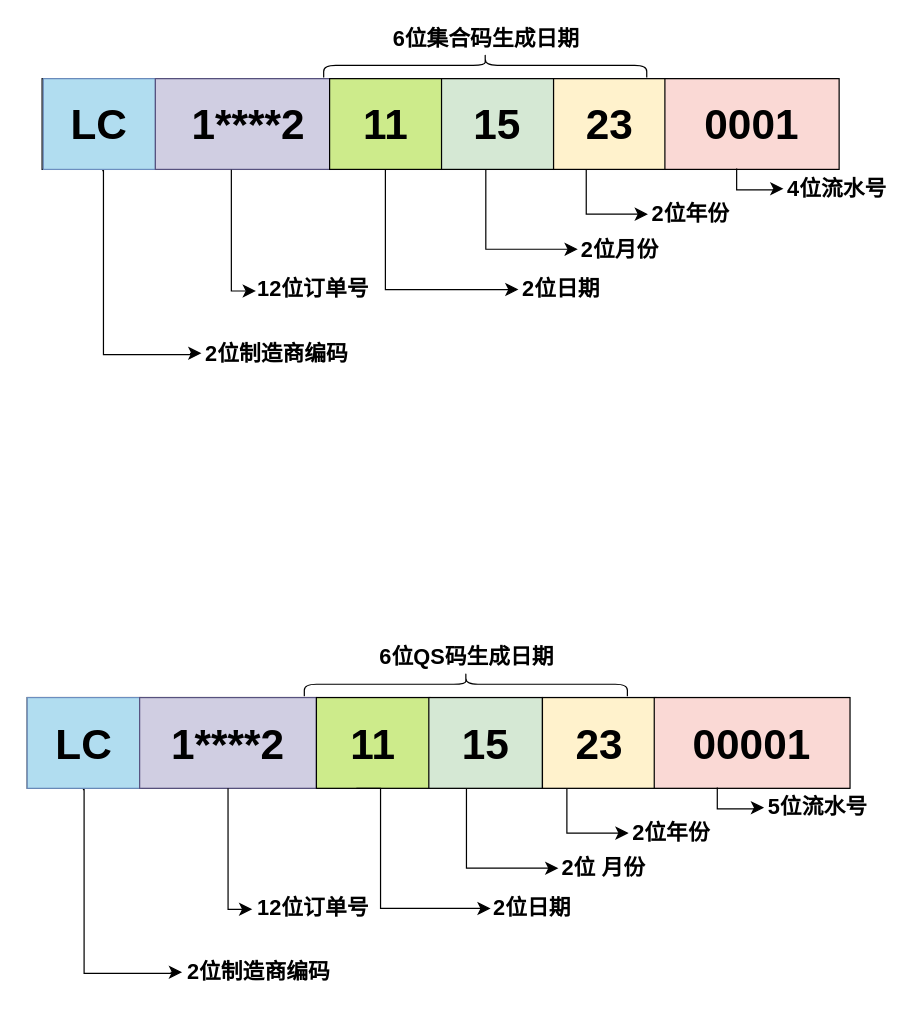
Earlier version of the draw.io diagram QS码.drawio (sjxbg/xmindfile). Source tidied: cells renumbered, new cells numbered last; positions are measured from the earlier drawing's top-left corner, leaving out a move shared by most shapes. Both pictures are drawn from the tidied source at 121%, with x=0, y=0 at pixel (27, -97).
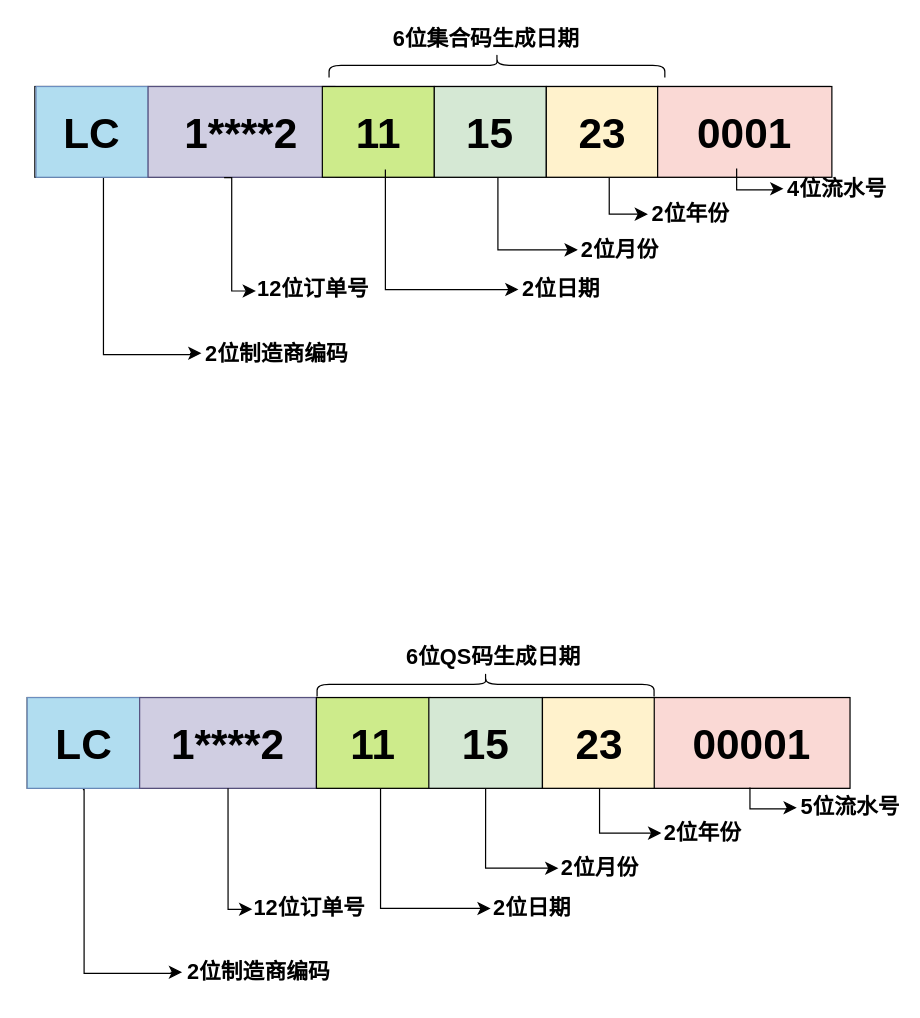
Above is the later version.

The change refers to these unchanged cells:
```xml
<mxCell id="11" value="11" style="rounded=0;whiteSpace=wrap;html=1;fillColor=#cdeb8b;fontStyle=1;fontSize=35;" parent="7" vertex="1">
  <mxGeometry x="239" width="93.9" height="75" as="geometry" />
</mxCell>
<mxCell id="12" value="15" style="rounded=0;whiteSpace=wrap;html=1;fillColor=#d5e8d4;fontStyle=1;fontSize=35;" parent="7" vertex="1">
  <mxGeometry x="331.9" width="93.9" height="75" as="geometry" />
</mxCell>
<mxCell id="19" value="2位日期" style="text;strokeColor=none;fillColor=none;html=1;fontSize=18;fontStyle=1;verticalAlign=middle;align=center;" parent="1" vertex="1">
  <mxGeometry x="383" y="815.3" width="68" height="30" as="geometry" />
</mxCell>
<mxCell id="34" value="15" style="rounded=0;whiteSpace=wrap;html=1;fillColor=#d5e8d4;fontStyle=1;fontSize=35;" parent="29" vertex="1">
  <mxGeometry x="341.4" width="92.6" height="75" as="geometry" />
</mxCell>
<mxCell id="35" value="23" style="rounded=0;whiteSpace=wrap;html=1;fillColor=#fff2cc;fontStyle=1;fontSize=35;" parent="29" vertex="1">
  <mxGeometry x="434" width="92.6" height="75" as="geometry" />
</mxCell>
<mxCell id="37" value="&amp;nbsp;2位月份" style="text;strokeColor=none;fillColor=none;html=1;fontSize=18;fontStyle=1;verticalAlign=middle;align=center;" parent="1" vertex="1">
  <mxGeometry x="455" y="270.5" width="64" height="30" as="geometry" />
</mxCell>
```

What changed in the source:
```diff
@@
     <mxCell id="4" style="edgeStyle=segmentEdgeStyle;endArrow=classic;html=1;curved=0;rounded=0;endSize=8;startSize=8;exitX=0.5;exitY=1;exitDx=0;exitDy=0;" parent="1" edge="1" source="12" target="15">
       <mxGeometry relative="1" as="geometry">
         <Array as="points">
-          <mxPoint x="363" y="797" />
+          <mxPoint x="379" y="797" />
         </Array>
       </mxGeometry>
     </mxCell>
     <mxCell id="5" value="2位年份" style="text;strokeColor=none;fillColor=none;html=1;fontSize=18;fontStyle=1;verticalAlign=middle;align=center;" parent="1" vertex="1">
-      <mxGeometry x="499" y="753" width="66" height="30" as="geometry" />
+      <mxGeometry x="526" y="753" width="63" height="30" as="geometry" />
     </mxCell>
     <mxCell id="6" style="edgeStyle=segmentEdgeStyle;endArrow=classic;html=1;curved=0;rounded=0;endSize=8;startSize=8;" parent="1" edge="1">
       <mxGeometry relative="1" as="geometry">
-        <mxPoint x="446" y="728" as="sourcePoint" />
-        <mxPoint x="497" y="768" as="targetPoint" />
+        <mxPoint x="473" y="728" as="sourcePoint" />
+        <mxPoint x="524" y="768" as="targetPoint" />
         <Array as="points">
-          <mxPoint x="446" y="768" />
-          <mxPoint x="497" y="768" />
+          <mxPoint x="473" y="768" />
+          <mxPoint x="524" y="768" />
         </Array>
       </mxGeometry>
     </mxCell>
@@
-    <mxCell id="15" value="2位 月份" style="text;strokeColor=none;fillColor=none;html=1;fontSize=18;fontStyle=1;verticalAlign=middle;align=center;" parent="1" vertex="1">
-      <mxGeometry x="439" y="782" width="74" height="30" as="geometry" />
+    <mxCell id="15" value="2位月份" style="text;strokeColor=none;fillColor=none;html=1;fontSize=18;fontStyle=1;verticalAlign=middle;align=center;" parent="1" vertex="1">
+      <mxGeometry x="439" y="782" width="68" height="30" as="geometry" />
     </mxCell>
     <mxCell id="16" value="5位流水号" style="text;strokeColor=none;fillColor=none;html=1;fontSize=18;fontStyle=1;verticalAlign=middle;align=center;" parent="1" vertex="1">
-      <mxGeometry x="615.5" y="732" width="74.5" height="30" as="geometry" />
+      <mxGeometry x="642.5" y="732" width="74.5" height="30" as="geometry" />
     </mxCell>
     <mxCell id="17" style="edgeStyle=segmentEdgeStyle;endArrow=classic;html=1;curved=0;rounded=0;endSize=8;startSize=8;exitX=0.476;exitY=1.004;exitDx=0;exitDy=0;exitPerimeter=0;" parent="1" edge="1">
       <mxGeometry relative="1" as="geometry">
-        <mxPoint x="570.3" y="730.3" as="sourcePoint" />
-        <mxPoint x="609" y="747" as="targetPoint" />
+        <mxPoint x="597.3" y="730.3" as="sourcePoint" />
+        <mxPoint x="636" y="747" as="targetPoint" />
         <Array as="points">
-          <mxPoint x="570" y="748" />
-          <mxPoint x="602" y="748" />
+          <mxPoint x="597" y="748" />
+          <mxPoint x="629" y="748" />
         </Array>
       </mxGeometry>
     </mxCell>
-    <mxCell id="18" style="edgeStyle=segmentEdgeStyle;endArrow=classic;html=1;curved=0;rounded=0;endSize=8;startSize=8;entryX=0;entryY=0.5;entryDx=0;entryDy=0;" parent="1" edge="1" target="19">
+    <mxCell id="18" style="edgeStyle=segmentEdgeStyle;endArrow=classic;html=1;curved=0;rounded=0;endSize=8;startSize=8;entryX=0;entryY=0.5;entryDx=0;entryDy=0;" parent="1" edge="1" source="11" target="19">
       <mxGeometry relative="1" as="geometry">
-        <mxPoint x="272" y="731" as="sourcePoint" />
         <Array as="points">
-          <mxPoint x="292" y="731" />
           <mxPoint x="292" y="830" />
         </Array>
       </mxGeometry>
     </mxCell>
@@
     <mxCell id="21" value="12位订单号" style="text;strokeColor=none;fillColor=none;html=1;fontSize=18;fontStyle=1;verticalAlign=middle;align=center;" parent="1" vertex="1">
-      <mxGeometry x="198" y="815.3" width="76" height="30" as="geometry" />
+      <mxGeometry x="198" y="815.3" width="70" height="30" as="geometry" />
     </mxCell>
     <mxCell id="22" style="shape=curlyBracket;whiteSpace=wrap;html=1;rounded=1;labelPosition=left;verticalLabelPosition=middle;align=right;verticalAlign=middle;rotation=90;" parent="1" vertex="1">
-      <mxGeometry x="352.5" y="511.5" width="20" height="267" as="geometry" />
+      <mxGeometry x="368.8" y="505.8" width="20" height="278.5" as="geometry" />
     </mxCell>
     <mxCell id="23" value="6位QS码生成日期" style="text;strokeColor=none;fillColor=none;html=1;fontSize=18;fontStyle=1;verticalAlign=middle;align=center;" parent="1" vertex="1">
-      <mxGeometry x="343" y="608" width="40" height="30" as="geometry" />
+      <mxGeometry x="365" y="608" width="40" height="30" as="geometry" />
     </mxCell>
@@
     <mxCell id="26" style="edgeStyle=segmentEdgeStyle;endArrow=classic;html=1;curved=0;rounded=0;endSize=8;startSize=8;exitX=0.5;exitY=1;exitDx=0;exitDy=0;" parent="1" edge="1" source="34" target="37">
       <mxGeometry relative="1" as="geometry">
         <Array as="points">
-          <mxPoint x="379" y="285.5" />
+          <mxPoint x="389" y="286" />
         </Array>
       </mxGeometry>
     </mxCell>
@@
-    <mxCell id="28" style="edgeStyle=segmentEdgeStyle;endArrow=classic;html=1;curved=0;rounded=0;endSize=8;startSize=8;" parent="1" edge="1">
+    <mxCell id="28" style="edgeStyle=segmentEdgeStyle;endArrow=classic;html=1;curved=0;rounded=0;endSize=8;startSize=8;exitX=0.5;exitY=1;exitDx=0;exitDy=0;" parent="1" edge="1" source="35">
       <mxGeometry relative="1" as="geometry">
-        <mxPoint x="462" y="216.5" as="sourcePoint" />
         <mxPoint x="513" y="256.5" as="targetPoint" />
         <Array as="points">
-          <mxPoint x="462" y="256.5" />
-          <mxPoint x="513" y="256.5" />
+          <mxPoint x="481" y="257" />
         </Array>
       </mxGeometry>
     </mxCell>
     <mxCell id="29" style="group;" parent="1" vertex="1">
-      <mxGeometry x="1" y="144.5" width="670" height="75" as="geometry" />
+      <mxGeometry x="-5" y="151" width="670" height="75" as="geometry" />
     </mxCell>
@@
     <mxCell id="44" style="shape=curlyBracket;whiteSpace=wrap;html=1;rounded=1;labelPosition=left;verticalLabelPosition=middle;align=right;verticalAlign=middle;rotation=90;" parent="1" vertex="1">
-      <mxGeometry x="368.5" width="20" height="267" as="geometry" />
+      <mxGeometry x="378.2" y="-5.2" width="20" height="277.5" as="geometry" />
     </mxCell>
```
